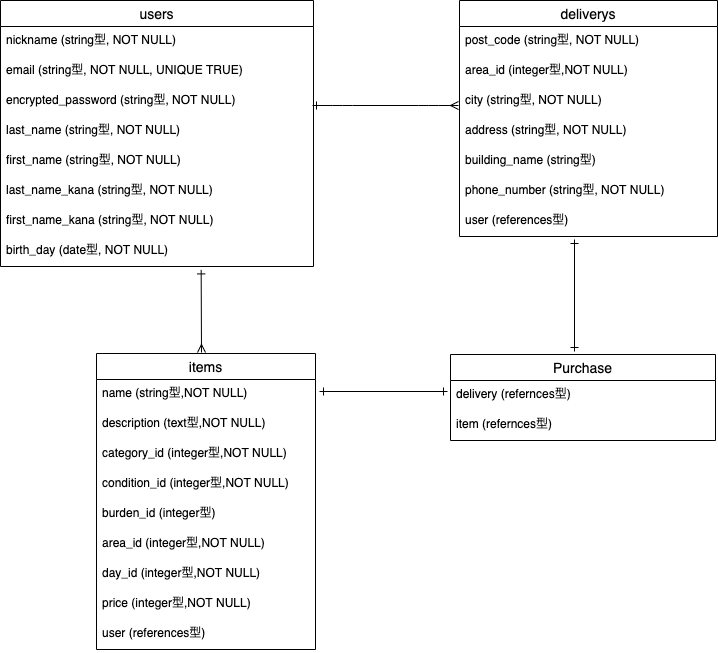
The draw.io diagram furima.drawio.png in kimurasouichi/furima-35237, before a commit. Source tidied: cells renumbered, new cells last; positions are measured from the earlier drawing's top-left corner, leaving out a move shared by most shapes.
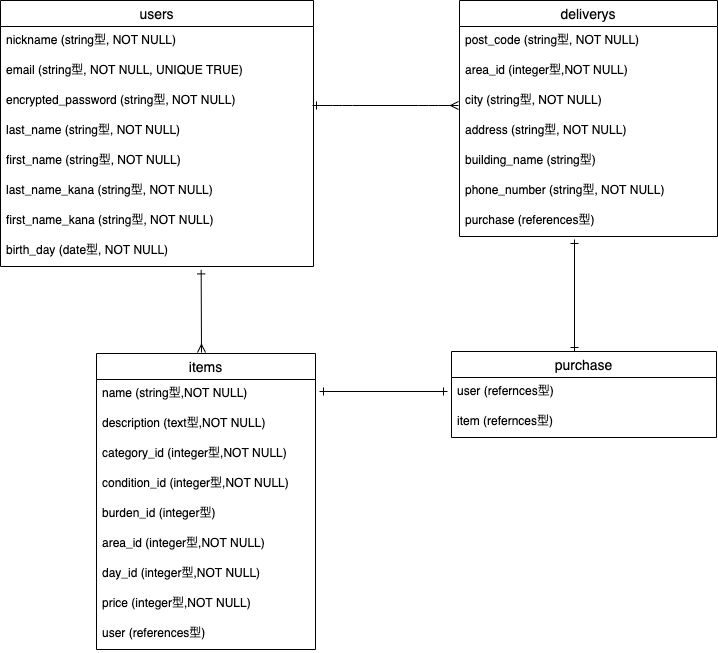
After the commit.

Commit message:
レビュー修正3

What changed in the source:
```diff
@@ -80,7 +80,7 @@
     <mxCell id="27" value="phone_number (string型, NOT NULL)" style="text;strokeColor=none;fillColor=none;spacingLeft=4;spacingRight=4;overflow=hidden;fontSize=12;" parent="21" vertex="1">
       <mxGeometry y="176" width="258" height="30" as="geometry" />
     </mxCell>
-    <mxCell id="28" value="user (references型)" style="text;strokeColor=none;fillColor=none;spacingLeft=4;spacingRight=4;overflow=hidden;fontSize=12;" parent="21" vertex="1">
+    <mxCell id="28" value="purchase (references型)" style="text;strokeColor=none;fillColor=none;spacingLeft=4;spacingRight=4;overflow=hidden;fontSize=12;" parent="21" vertex="1">
       <mxGeometry y="206" width="258" height="30" as="geometry" />
     </mxCell>
     <mxCell id="29" style="edgeStyle=entityRelationEdgeStyle;fontSize=12;html=1;endArrow=ERmany;startArrow=ERone;endFill=0;startFill=0;" parent="1" edge="1">
@@ -95,10 +95,10 @@
         <mxPoint x="200.7" y="269.4" as="targetPoint" />
       </mxGeometry>
     </mxCell>
-    <mxCell id="31" value="Purchase" style="swimlane;fontStyle=0;horizontal=1;startSize=26;align=center;fontSize=14;" parent="1" vertex="1">
-      <mxGeometry x="450" y="354" width="265" height="86" as="geometry" />
+    <mxCell id="31" value="purchase" style="swimlane;fontStyle=0;horizontal=1;startSize=26;align=center;fontSize=14;" parent="1" vertex="1">
+      <mxGeometry x="451" y="351" width="265" height="86" as="geometry" />
     </mxCell>
-    <mxCell id="32" value="delivery (refernces型)" style="text;strokeColor=none;fillColor=none;spacingLeft=4;spacingRight=4;overflow=hidden;fontSize=12;" parent="31" vertex="1">
+    <mxCell id="32" value="user (refernces型)" style="text;strokeColor=none;fillColor=none;spacingLeft=4;spacingRight=4;overflow=hidden;fontSize=12;" parent="31" vertex="1">
       <mxGeometry y="26" width="265" height="30" as="geometry" />
     </mxCell>
     <mxCell id="33" value="item (refernces型)" style="text;strokeColor=none;fillColor=none;spacingLeft=4;spacingRight=4;overflow=hidden;fontSize=12;" parent="31" vertex="1">
```
